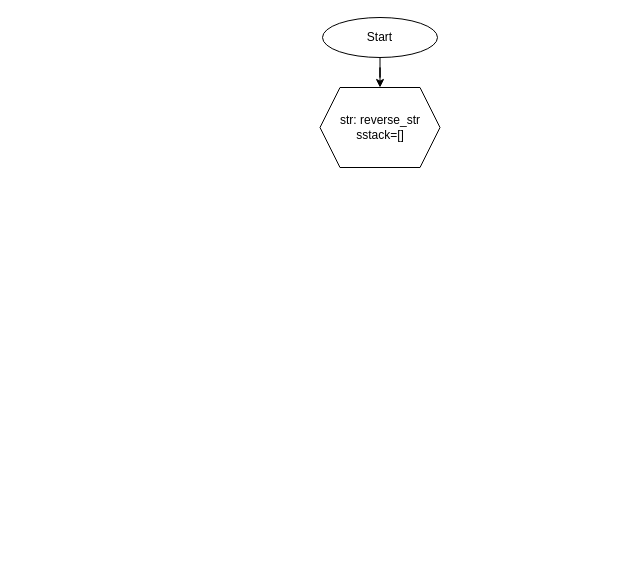
Above: Alpro7-2(1).drawio in 1nnocentia/Flowchart (draw.io), before the change. Source tidied: cells renumbered, new cells numbered last; positions are measured from the earlier drawing's top-left corner, leaving out a move shared by most shapes. Both pictures are drawn from the tidied source at 100%, with x=0, y=0 at pixel (319, 17).
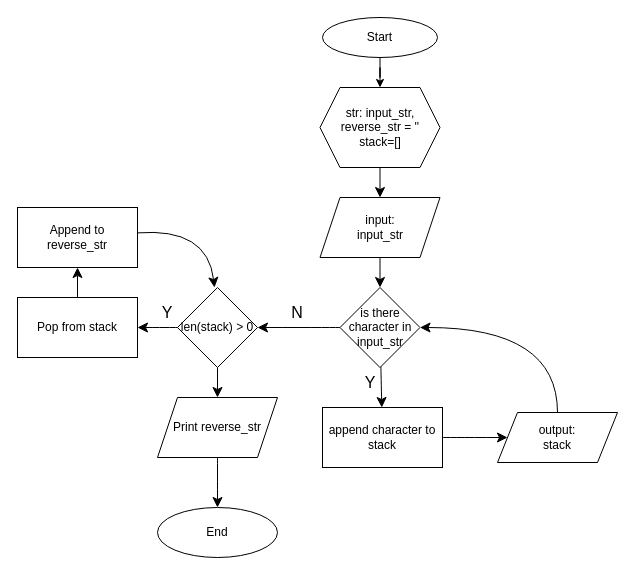
Above is the later version.

Change to the diagram source:
```diff
@@
+    <mxCell id="5" style="edgeStyle=none;curved=1;rounded=0;jettySize=auto;html=1;fontSize=12;startSize=8;endSize=8;" parent="1" edge="1" source="4" target="12">
+      <mxGeometry relative="1" as="geometry" />
+    </mxCell>
-    <mxCell id="4" value="str: reverse_str&lt;div&gt;sstack=[]&lt;/div&gt;" style="shape=hexagon;perimeter=hexagonPerimeter2;whiteSpace=wrap;html=1;fixedSize=1;" parent="1" vertex="1">
+    <mxCell id="4" value="str: input_str, reverse_str = ''&lt;div&gt;stack=[]&lt;/div&gt;" style="shape=hexagon;perimeter=hexagonPerimeter2;whiteSpace=wrap;html=1;fixedSize=1;" parent="1" vertex="1">
       <mxGeometry x="0.5" y="70" width="120" height="80" as="geometry" />
     </mxCell>
+    <mxCell id="6" style="edgeStyle=none;curved=1;rounded=0;jettySize=auto;html=1;fontSize=12;startSize=8;endSize=8;" parent="1" edge="1" source="8" target="10">
+      <mxGeometry relative="1" as="geometry" />
+    </mxCell>
+    <mxCell id="7" style="edgeStyle=none;curved=1;rounded=0;jettySize=auto;html=1;fontSize=12;startSize=8;endSize=8;" parent="1" edge="1" source="8" target="17">
+      <mxGeometry relative="1" as="geometry" />
+    </mxCell>
+    <mxCell id="8" value="is there character in input_str" style="rhombus;whiteSpace=wrap;html=1;" parent="1" vertex="1">
+      <mxGeometry x="20.5" y="270" width="80" height="80" as="geometry" />
+    </mxCell>
+    <mxCell id="9" style="edgeStyle=none;curved=1;rounded=0;jettySize=auto;html=1;fontSize=12;startSize=8;endSize=8;" parent="1" edge="1" source="10" target="14">
+      <mxGeometry relative="1" as="geometry" />
+    </mxCell>
+    <mxCell id="10" value="append character to stack" style="rounded=0;whiteSpace=wrap;html=1;" parent="1" vertex="1">
+      <mxGeometry x="3" y="390" width="120" height="60" as="geometry" />
+    </mxCell>
+    <mxCell id="11" style="edgeStyle=none;curved=1;rounded=0;jettySize=auto;html=1;fontSize=12;startSize=8;endSize=8;" parent="1" edge="1" source="12" target="8">
+      <mxGeometry relative="1" as="geometry" />
+    </mxCell>
+    <mxCell id="12" value="input:&lt;div&gt;input_str&lt;/div&gt;" style="shape=parallelogram;perimeter=parallelogramPerimeter;whiteSpace=wrap;html=1;fixedSize=1;" parent="1" vertex="1">
+      <mxGeometry x="0.5" y="180" width="120" height="60" as="geometry" />
+    </mxCell>
+    <mxCell id="13" style="edgeStyle=none;curved=1;rounded=0;jettySize=auto;html=1;fontSize=12;startSize=8;endSize=8;entryX=1;entryY=0.5;entryDx=0;entryDy=0;" parent="1" edge="1" source="14" target="8">
+      <mxGeometry relative="1" as="geometry">
+        <Array as="points">
+          <mxPoint x="238" y="310" />
+        </Array>
+      </mxGeometry>
+    </mxCell>
+    <mxCell id="14" value="output:&lt;div&gt;stack&lt;/div&gt;" style="shape=parallelogram;perimeter=parallelogramPerimeter;whiteSpace=wrap;html=1;fixedSize=1;" parent="1" vertex="1">
+      <mxGeometry x="178" y="395" width="120" height="50" as="geometry" />
+    </mxCell>
+    <mxCell id="15" style="edgeStyle=none;curved=1;rounded=0;jettySize=auto;html=1;fontSize=12;startSize=8;endSize=8;" parent="1" edge="1" source="17" target="21">
+      <mxGeometry relative="1" as="geometry" />
+    </mxCell>
+    <mxCell id="16" style="edgeStyle=none;curved=1;rounded=0;jettySize=auto;html=1;fontSize=12;startSize=8;endSize=8;" parent="1" edge="1" source="17" target="25">
+      <mxGeometry relative="1" as="geometry" />
+    </mxCell>
+    <mxCell id="17" value="len(stack) &amp;gt; 0" style="rhombus;whiteSpace=wrap;html=1;" parent="1" vertex="1">
+      <mxGeometry x="-142" y="270" width="80" height="80" as="geometry" />
+    </mxCell>
+    <mxCell id="18" value="Y" style="text;strokeColor=none;fillColor=none;html=1;align=center;verticalAlign=middle;whiteSpace=wrap;rounded=0;fontSize=16;" parent="1" vertex="1">
+      <mxGeometry x="20.5" y="350" width="60" height="30" as="geometry" />
+    </mxCell>
+    <mxCell id="19" value="N" style="text;strokeColor=none;fillColor=none;html=1;align=center;verticalAlign=middle;whiteSpace=wrap;rounded=0;fontSize=16;" parent="1" vertex="1">
+      <mxGeometry x="-52" y="280" width="60" height="30" as="geometry" />
+    </mxCell>
+    <mxCell id="20" style="edgeStyle=none;curved=1;rounded=0;jettySize=auto;html=1;fontSize=12;startSize=8;endSize=8;" parent="1" edge="1" source="21" target="23">
+      <mxGeometry relative="1" as="geometry" />
+    </mxCell>
+    <mxCell id="21" value="Pop from stack" style="rounded=0;whiteSpace=wrap;html=1;" parent="1" vertex="1">
+      <mxGeometry x="-302" y="280" width="120" height="60" as="geometry" />
+    </mxCell>
+    <mxCell id="22" style="edgeStyle=none;curved=1;rounded=0;jettySize=auto;html=1;fontSize=12;startSize=8;endSize=8;" parent="1" edge="1" source="23">
+      <mxGeometry relative="1" as="geometry">
+        <mxPoint x="-105" y="270" as="targetPoint" />
+        <Array as="points">
+          <mxPoint x="-112" y="210" />
+        </Array>
+      </mxGeometry>
+    </mxCell>
+    <mxCell id="23" value="Append to reverse_str" style="rounded=0;whiteSpace=wrap;html=1;" parent="1" vertex="1">
+      <mxGeometry x="-302" y="190" width="120" height="60" as="geometry" />
+    </mxCell>
+    <mxCell id="24" style="edgeStyle=none;curved=1;rounded=0;jettySize=auto;html=1;fontSize=12;startSize=8;endSize=8;" parent="1" edge="1" source="25" target="27">
+      <mxGeometry relative="1" as="geometry" />
+    </mxCell>
+    <mxCell id="25" value="Print reverse_str" style="shape=parallelogram;perimeter=parallelogramPerimeter;whiteSpace=wrap;html=1;fixedSize=1;" parent="1" vertex="1">
+      <mxGeometry x="-162" y="380" width="120" height="60" as="geometry" />
+    </mxCell>
+    <mxCell id="26" value="Y" style="text;strokeColor=none;fillColor=none;html=1;align=center;verticalAlign=middle;whiteSpace=wrap;rounded=0;fontSize=16;" parent="1" vertex="1">
+      <mxGeometry x="-182" y="280" width="60" height="30" as="geometry" />
+    </mxCell>
+    <mxCell id="27" value="End" style="ellipse;whiteSpace=wrap;html=1;" parent="1" vertex="1">
+      <mxGeometry x="-162" y="490" width="120" height="50" as="geometry" />
+    </mxCell>
```
